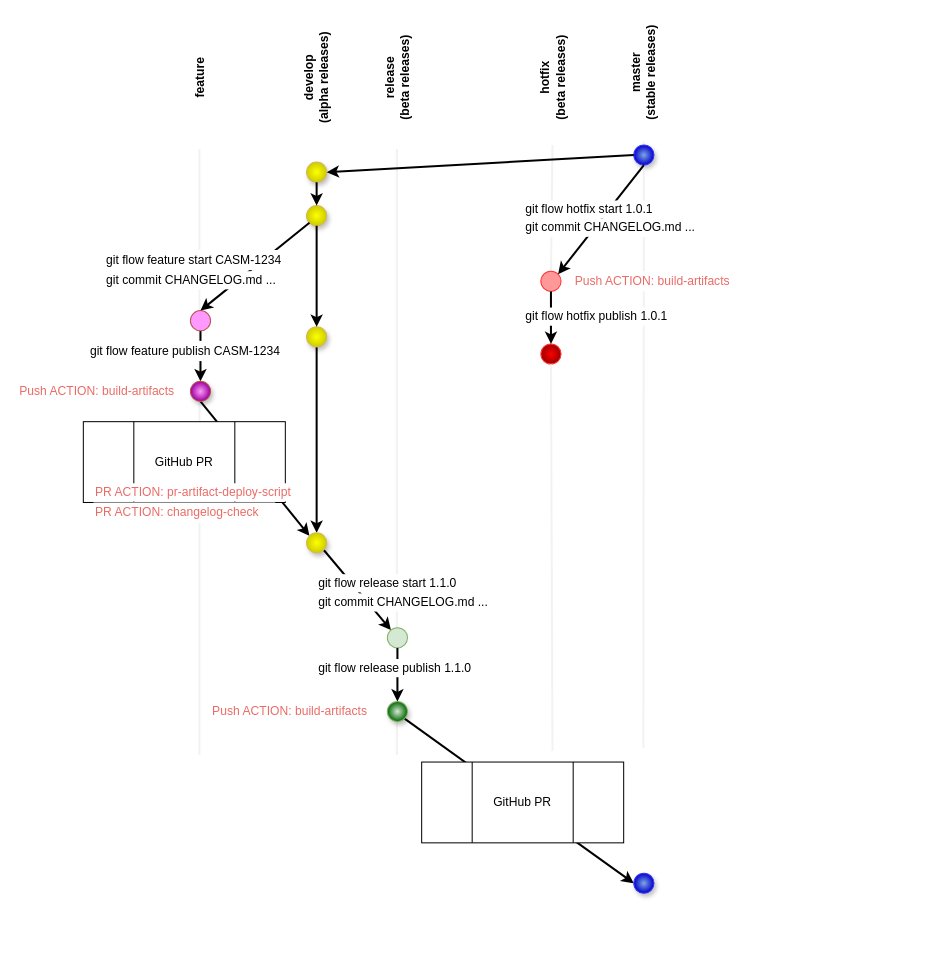
Above: diagrams/CSM Gitflow.drawio in rkleinman-hpe/gitflow (draw.io), before the change. Source tidied: cells renumbered, new cells numbered last; positions are measured from the earlier drawing's top-left corner, leaving out a move shared by most shapes. Both pictures are drawn from the tidied source at 101%, with x=0, y=0 at pixel (17, 58).
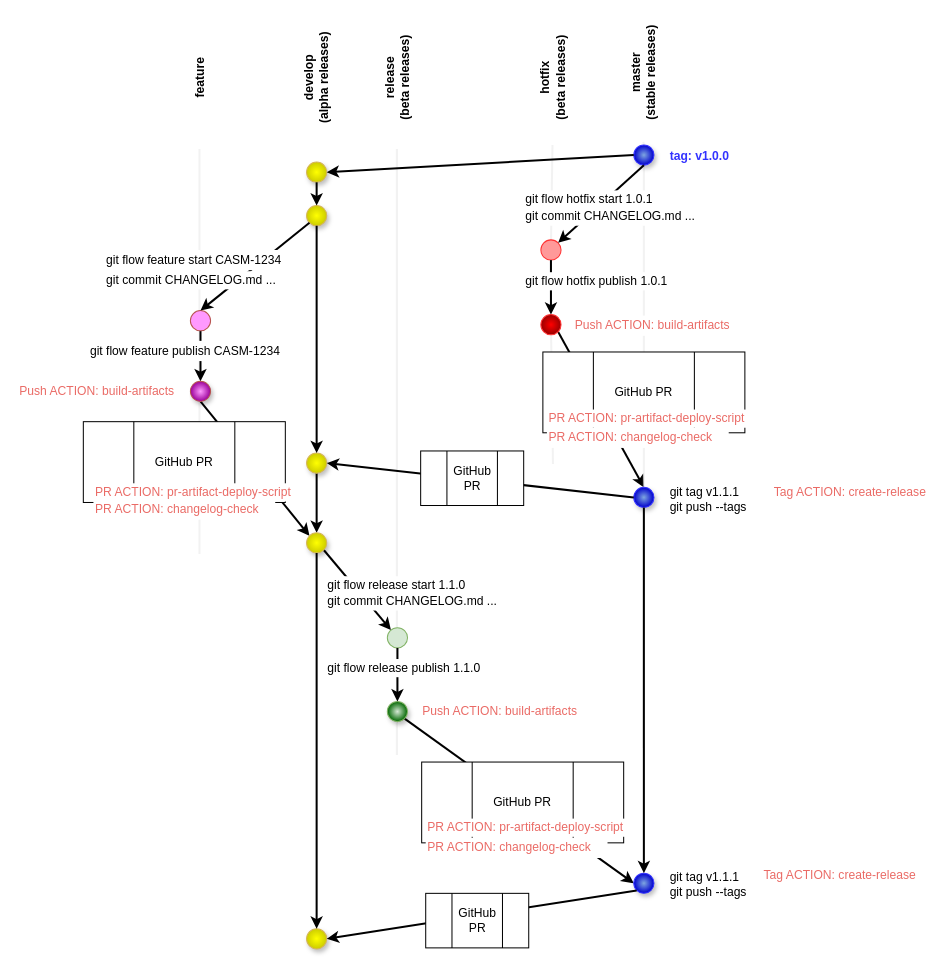
After the change.

The change refers to these unchanged cells:
```xml
<mxCell id="22" style="ellipse;whiteSpace=wrap;html=1;fillColor=#FFFF00;strokeColor=#d6b656;rounded=0;gradientColor=#CCCC00;gradientDirection=radial;shadow=1;" parent="1" vertex="1">
  <mxGeometry x="286" y="470" width="20" height="20" as="geometry" />
</mxCell>
<mxCell id="37" style="ellipse;whiteSpace=wrap;html=1;fillColor=#7EA6E0;strokeColor=#3333FF;rounded=0;gradientColor=#0000CC;gradientDirection=radial;shadow=1;" parent="1" vertex="1">
  <mxGeometry x="610" y="807" width="20" height="20" as="geometry" />
</mxCell>
<mxCell id="38" style="ellipse;whiteSpace=wrap;html=1;fillColor=#7EA6E0;strokeColor=#3333FF;rounded=0;gradientColor=#0000CC;gradientDirection=radial;shadow=1;" parent="1" vertex="1">
  <mxGeometry x="610" y="86" width="20" height="20" as="geometry" />
</mxCell>
```

Change to the diagram source:
```diff
@@
+    <mxCell id="54" style="rounded=0;jettySize=auto;html=1;exitX=1;exitY=1;exitDx=0;exitDy=0;entryX=0.5;entryY=0;entryDx=0;entryDy=0;endArrow=classic;endFill=1;startArrow=none;startFill=0;strokeWidth=2;" parent="1" edge="1" source="50" target="61">
+      <mxGeometry relative="1" as="geometry" />
+    </mxCell>
+    <mxCell id="51" style="endArrow=none;html=1;fontColor=#EA6B66;strokeWidth=2;fillColor=#eeeeee;strokeColor=#E6E6E6;shadow=0;opacity=50;" parent="1" edge="1" target="50">
+      <mxGeometry relative="1" as="geometry">
+        <mxPoint x="530" y="402" as="sourcePoint" />
+      </mxGeometry>
+    </mxCell>
+    <mxCell id="39" style="endArrow=none;html=1;fontColor=#EA6B66;strokeWidth=2;fillColor=#eeeeee;strokeColor=#E6E6E6;shadow=0;opacity=50;startArrow=none;" parent="1" edge="1" source="61" target="38">
+      <mxGeometry relative="1" as="geometry" />
+    </mxCell>
@@
+    <mxCell id="55" value="GitHub PR" style="shape=process;whiteSpace=wrap;html=1;backgroundOutline=1;glass=0;fillColor=default;gradientColor=#ffffff;size=0.25;" parent="1" vertex="1">
+      <mxGeometry x="520" y="291" width="200" height="80" as="geometry" />
+    </mxCell>
@@
     <mxCell id="5" style="endArrow=none;html=1;fontColor=#EA6B66;strokeWidth=2;fillColor=#eeeeee;strokeColor=#E6E6E6;shadow=0;opacity=50;" parent="1" edge="1">
       <mxGeometry relative="1" as="geometry">
-        <mxPoint x="180" y="690" as="sourcePoint" />
+        <mxPoint x="180" y="491" as="sourcePoint" />
         <mxPoint x="180" y="90" as="targetPoint" />
       </mxGeometry>
     </mxCell>
@@
     <mxCell id="11" style="ellipse;whiteSpace=wrap;html=1;fillColor=#FFFF00;strokeColor=#d6b656;rounded=0;gradientColor=#CCCC00;gradientDirection=radial;shadow=1;" parent="1" vertex="1">
-      <mxGeometry x="286" y="266" width="20" height="20" as="geometry" />
+      <mxGeometry x="286" y="391" width="20" height="20" as="geometry" />
     </mxCell>
@@
     <mxCell id="24" value="&lt;font color=&quot;#ea6b66&quot;&gt;PR ACTION: changelog-check&lt;/font&gt;" style="text;html=1;align=left;verticalAlign=middle;fillColor=default;strokeColor=none;rounded=0;glass=0;gradientColor=#ffffff;" parent="1" vertex="1">
-      <mxGeometry x="75" y="440" width="180" height="20" as="geometry" />
+      <mxGeometry x="75" y="437" width="180" height="20" as="geometry" />
     </mxCell>
@@
-    <mxCell id="27" value="git flow release start 1.1.0" style="text;html=1;align=left;verticalAlign=middle;fillColor=default;strokeColor=none;rounded=0;glass=0;gradientColor=#ffffff;" parent="1" vertex="1">
-      <mxGeometry x="296" y="511" width="147" height="18" as="geometry" />
-    </mxCell>
@@
     <mxCell id="32" value="git flow release publish 1.1.0" style="text;html=1;align=left;verticalAlign=middle;fillColor=default;strokeColor=none;rounded=0;glass=0;gradientColor=#ffffff;" parent="1" vertex="1">
-      <mxGeometry x="296" y="595" width="161" height="18" as="geometry" />
+      <mxGeometry x="305" y="595" width="161" height="18" as="geometry" />
     </mxCell>
@@
-    <mxCell id="39" style="endArrow=none;html=1;fontColor=#EA6B66;strokeWidth=2;fillColor=#eeeeee;strokeColor=#E6E6E6;shadow=0;opacity=50;" parent="1" edge="1" target="38">
-      <mxGeometry relative="1" as="geometry">
-        <mxPoint x="619.5" y="683" as="sourcePoint" />
-      </mxGeometry>
-    </mxCell>
@@
-    <mxCell id="41" value="&lt;font color=&quot;#ea6b66&quot;&gt;Push ACTION: build-artifacts&lt;/font&gt;" style="text;html=1;align=left;verticalAlign=middle;fillColor=default;strokeColor=none;rounded=0;glass=0;gradientColor=#ffffff;" parent="1" vertex="1">
-      <mxGeometry x="191" y="637" width="170" height="20" as="geometry" />
-    </mxCell>
     <mxCell id="42" style="ellipse;whiteSpace=wrap;html=1;fillColor=#FF9999;strokeColor=#FF3333;rounded=0;gradientColor=none;gradientDirection=radial;" parent="1" vertex="1">
-      <mxGeometry x="518" y="211" width="20" height="20" as="geometry" />
+      <mxGeometry x="518" y="180" width="20" height="20" as="geometry" />
     </mxCell>
@@
     <mxCell id="45" value="git flow hotfix start 1.0.1" style="text;html=1;align=left;verticalAlign=middle;fillColor=default;strokeColor=none;rounded=0;glass=0;gradientColor=#ffffff;" parent="1" vertex="1">
-      <mxGeometry x="501" y="141" width="136" height="18" as="geometry" />
+      <mxGeometry x="501" y="131" width="136" height="18" as="geometry" />
     </mxCell>
@@
     <mxCell id="47" value="git commit CHANGELOG.md ..." style="text;html=1;align=left;verticalAlign=middle;fillColor=default;strokeColor=none;rounded=0;glass=0;gradientColor=#ffffff;" parent="1" vertex="1">
-      <mxGeometry x="296" y="530" width="178" height="18" as="geometry" />
+      <mxGeometry x="305" y="529" width="178" height="18" as="geometry" />
     </mxCell>
     <mxCell id="48" value="git commit CHANGELOG.md ..." style="text;html=1;align=left;verticalAlign=middle;fillColor=default;strokeColor=none;rounded=0;glass=0;gradientColor=#ffffff;" parent="1" vertex="1">
-      <mxGeometry x="501" y="159" width="178" height="18" as="geometry" />
+      <mxGeometry x="501" y="148" width="178" height="18" as="geometry" />
     </mxCell>
-    <mxCell id="49" value="&lt;font color=&quot;#ea6b66&quot;&gt;Push ACTION: build-artifacts&lt;/font&gt;" style="text;html=1;align=left;verticalAlign=middle;fillColor=default;strokeColor=none;rounded=0;glass=0;gradientColor=#ffffff;" parent="1" vertex="1">
-      <mxGeometry x="550" y="211" width="170" height="20" as="geometry" />
-    </mxCell>
     <mxCell id="50" style="ellipse;whiteSpace=wrap;html=1;fillColor=#FF0000;strokeColor=#FF3333;rounded=0;gradientColor=#990000;gradientDirection=radial;" parent="1" vertex="1">
-      <mxGeometry x="518" y="283" width="20" height="20" as="geometry" />
+      <mxGeometry x="518" y="254" width="20" height="20" as="geometry" />
     </mxCell>
-    <mxCell id="51" style="endArrow=none;html=1;fontColor=#EA6B66;strokeWidth=2;fillColor=#eeeeee;strokeColor=#E6E6E6;shadow=0;opacity=50;" parent="1" edge="1" target="50">
-      <mxGeometry relative="1" as="geometry">
-        <mxPoint x="529.5" y="686" as="sourcePoint" />
-      </mxGeometry>
-    </mxCell>
@@
     <mxCell id="53" value="git flow hotfix publish 1.0.1" style="text;html=1;align=left;verticalAlign=middle;fillColor=default;strokeColor=none;rounded=0;glass=0;gradientColor=#ffffff;" parent="1" vertex="1">
-      <mxGeometry x="501" y="247" width="151" height="18" as="geometry" />
+      <mxGeometry x="501" y="212" width="151" height="18" as="geometry" />
     </mxCell>
+    <mxCell id="56" value="&lt;b&gt;&lt;font color=&quot;#3333ff&quot;&gt;tag: v1.0.0&lt;/font&gt;&lt;/b&gt;" style="text;html=1;align=left;verticalAlign=middle;fillColor=none;strokeColor=none;rounded=0;shadow=0;glass=0;sketch=0;fontColor=#EA6B66;" parent="1" vertex="1">
+      <mxGeometry x="644" y="88" width="69" height="18" as="geometry" />
+    </mxCell>
+    <mxCell id="57" value="&lt;font color=&quot;#ea6b66&quot;&gt;PR ACTION: changelog-check&lt;/font&gt;" style="text;html=1;align=left;verticalAlign=middle;fillColor=default;strokeColor=none;rounded=0;glass=0;gradientColor=#ffffff;" parent="1" vertex="1">
+      <mxGeometry x="404" y="772" width="180" height="20" as="geometry" />
+    </mxCell>
+    <mxCell id="58" value="&lt;font color=&quot;#ea6b66&quot;&gt;PR ACTION: pr-artifact-deploy-script&lt;/font&gt;" style="text;html=1;align=left;verticalAlign=middle;fillColor=default;strokeColor=none;rounded=0;glass=0;gradientColor=#ffffff;" parent="1" vertex="1">
+      <mxGeometry x="404" y="753" width="204" height="18" as="geometry" />
+    </mxCell>
+    <mxCell id="59" value="&lt;font color=&quot;#ea6b66&quot;&gt;PR ACTION: changelog-check&lt;/font&gt;" style="text;html=1;align=left;verticalAlign=middle;fillColor=default;strokeColor=none;rounded=0;glass=0;gradientColor=#ffffff;" parent="1" vertex="1">
+      <mxGeometry x="524" y="366" width="180" height="20" as="geometry" />
+    </mxCell>
+    <mxCell id="60" value="&lt;font color=&quot;#ea6b66&quot;&gt;PR ACTION: pr-artifact-deploy-script&lt;/font&gt;" style="text;html=1;align=left;verticalAlign=middle;fillColor=default;strokeColor=none;rounded=0;glass=0;gradientColor=#ffffff;" parent="1" vertex="1">
+      <mxGeometry x="524" y="348" width="204" height="18" as="geometry" />
+    </mxCell>
+    <mxCell id="61" style="ellipse;whiteSpace=wrap;html=1;fillColor=#7EA6E0;strokeColor=#3333FF;rounded=0;gradientColor=#0000CC;gradientDirection=radial;shadow=1;" parent="1" vertex="1">
+      <mxGeometry x="610" y="425" width="20" height="20" as="geometry" />
+    </mxCell>
+    <mxCell id="62" style="endArrow=none;html=1;fontColor=#EA6B66;strokeWidth=2;fillColor=#eeeeee;strokeColor=#E6E6E6;shadow=0;opacity=50;" parent="1" edge="1" target="61">
+      <mxGeometry relative="1" as="geometry">
+        <mxPoint x="619.5" y="683" as="sourcePoint" />
+      </mxGeometry>
+    </mxCell>
+    <mxCell id="49" value="&lt;font color=&quot;#ea6b66&quot;&gt;Push ACTION: build-artifacts&lt;/font&gt;" style="text;html=1;align=left;verticalAlign=middle;fillColor=default;strokeColor=none;rounded=0;glass=0;gradientColor=#ffffff;" parent="1" vertex="1">
+      <mxGeometry x="550" y="255" width="170" height="20" as="geometry" />
+    </mxCell>
+    <mxCell id="63" style="rounded=0;jettySize=auto;html=1;exitX=0;exitY=0.5;exitDx=0;exitDy=0;entryX=1;entryY=0.5;entryDx=0;entryDy=0;endArrow=classic;endFill=1;startArrow=none;startFill=0;strokeWidth=2;" parent="1" edge="1" source="61" target="11">
+      <mxGeometry relative="1" as="geometry" />
+    </mxCell>
+    <mxCell id="64" value="GitHub PR" style="shape=process;whiteSpace=wrap;html=1;backgroundOutline=1;glass=0;fillColor=default;gradientColor=#ffffff;size=0.25;" parent="1" vertex="1">
+      <mxGeometry x="399" y="389" width="102" height="54" as="geometry" />
+    </mxCell>
+    <mxCell id="65" style="rounded=0;jettySize=auto;html=1;exitX=0;exitY=0.5;exitDx=0;exitDy=0;entryX=0.5;entryY=0;entryDx=0;entryDy=0;endArrow=classic;endFill=1;startArrow=none;startFill=0;strokeWidth=2;" parent="1" edge="1" target="37">
+      <mxGeometry relative="1" as="geometry">
+        <mxPoint x="620" y="445" as="sourcePoint" />
+      </mxGeometry>
+    </mxCell>
+    <mxCell id="66" value="&lt;font color=&quot;#000000&quot;&gt;git tag v1.1.1&lt;br&gt;git push --tags&lt;/font&gt;" style="text;html=1;align=left;verticalAlign=middle;fillColor=none;strokeColor=none;rounded=0;shadow=0;glass=0;sketch=0;fontColor=#EA6B66;" parent="1" vertex="1">
+      <mxGeometry x="644" y="802" width="86" height="32" as="geometry" />
+    </mxCell>
+    <mxCell id="67" value="&lt;font color=&quot;#000000&quot;&gt;git tag v1.1.1&lt;br&gt;git push --tags&lt;/font&gt;" style="text;html=1;align=left;verticalAlign=middle;fillColor=none;strokeColor=none;rounded=0;shadow=0;glass=0;sketch=0;fontColor=#EA6B66;" parent="1" vertex="1">
+      <mxGeometry x="644" y="421" width="86" height="32" as="geometry" />
+    </mxCell>
+    <mxCell id="68" value="&lt;font color=&quot;#ea6b66&quot;&gt;Tag ACTION: create-release&lt;/font&gt;" style="text;html=1;align=left;verticalAlign=middle;fillColor=default;strokeColor=none;rounded=0;glass=0;gradientColor=#ffffff;" parent="1" vertex="1">
+      <mxGeometry x="747" y="421" width="161" height="18" as="geometry" />
+    </mxCell>
+    <mxCell id="69" value="&lt;font color=&quot;#ea6b66&quot;&gt;Tag ACTION: create-release&lt;/font&gt;" style="text;html=1;align=left;verticalAlign=middle;fillColor=default;strokeColor=none;rounded=0;glass=0;gradientColor=#ffffff;" parent="1" vertex="1">
+      <mxGeometry x="737" y="800" width="161" height="18" as="geometry" />
+    </mxCell>
+    <mxCell id="70" style="ellipse;whiteSpace=wrap;html=1;fillColor=#FFFF00;strokeColor=#d6b656;rounded=0;gradientColor=#CCCC00;gradientDirection=radial;shadow=1;" parent="1" vertex="1">
+      <mxGeometry x="286" y="862" width="20" height="20" as="geometry" />
+    </mxCell>
+    <mxCell id="71" style="rounded=0;jettySize=auto;html=1;exitX=0.5;exitY=1;exitDx=0;exitDy=0;entryX=0.5;entryY=0;entryDx=0;entryDy=0;endArrow=classic;endFill=1;startArrow=none;startFill=0;strokeWidth=2;" parent="1" edge="1" source="22" target="70">
+      <mxGeometry relative="1" as="geometry" />
+    </mxCell>
+    <mxCell id="27" value="git flow release start 1.1.0" style="text;html=1;align=left;verticalAlign=middle;fillColor=default;strokeColor=none;rounded=0;glass=0;gradientColor=#ffffff;" parent="1" vertex="1">
+      <mxGeometry x="305" y="513" width="147" height="18" as="geometry" />
+    </mxCell>
+    <mxCell id="41" value="&lt;font color=&quot;#ea6b66&quot;&gt;Push ACTION: build-artifacts&lt;/font&gt;" style="text;html=1;align=left;verticalAlign=middle;fillColor=default;strokeColor=none;rounded=0;glass=0;gradientColor=#ffffff;" parent="1" vertex="1">
+      <mxGeometry x="399" y="637" width="170" height="20" as="geometry" />
+    </mxCell>
+    <mxCell id="72" style="rounded=0;jettySize=auto;html=1;exitX=0;exitY=1;exitDx=0;exitDy=0;entryX=0.5;entryY=0;entryDx=0;entryDy=0;endArrow=classic;endFill=1;startArrow=none;startFill=0;strokeWidth=2;" parent="1" edge="1" source="37">
+      <mxGeometry relative="1" as="geometry">
+        <mxPoint x="306" y="872" as="targetPoint" />
+      </mxGeometry>
+    </mxCell>
+    <mxCell id="73" value="GitHub PR" style="shape=process;whiteSpace=wrap;html=1;backgroundOutline=1;glass=0;fillColor=default;gradientColor=#ffffff;size=0.25;" parent="1" vertex="1">
+      <mxGeometry x="404" y="827" width="102" height="54" as="geometry" />
+    </mxCell>
```
